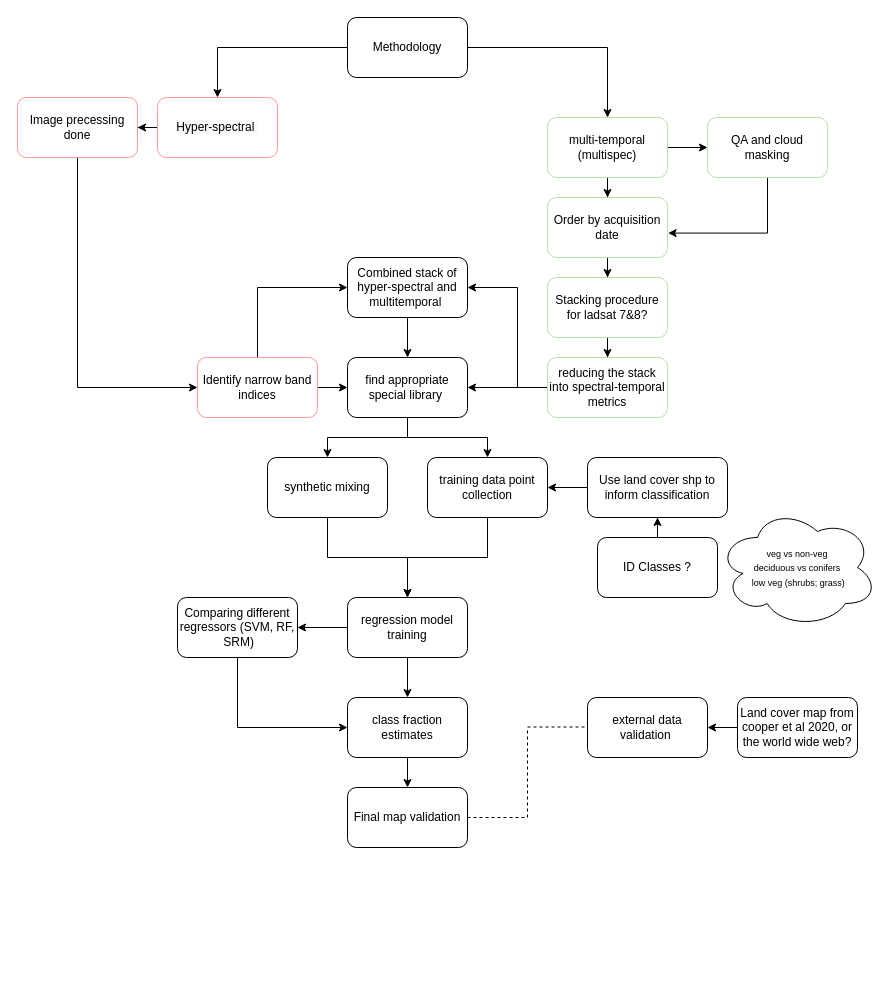
Before: Workflow.drawio in schneidereits/EO_hyperspec_hub, a draw.io diagram. Source tidied: cells renumbered, new cells numbered last; positions are measured from the earlier drawing's top-left corner, leaving out a move shared by most shapes. Both pictures are drawn from the tidied source at 100%, with x=0, y=0 at pixel (17, 17).
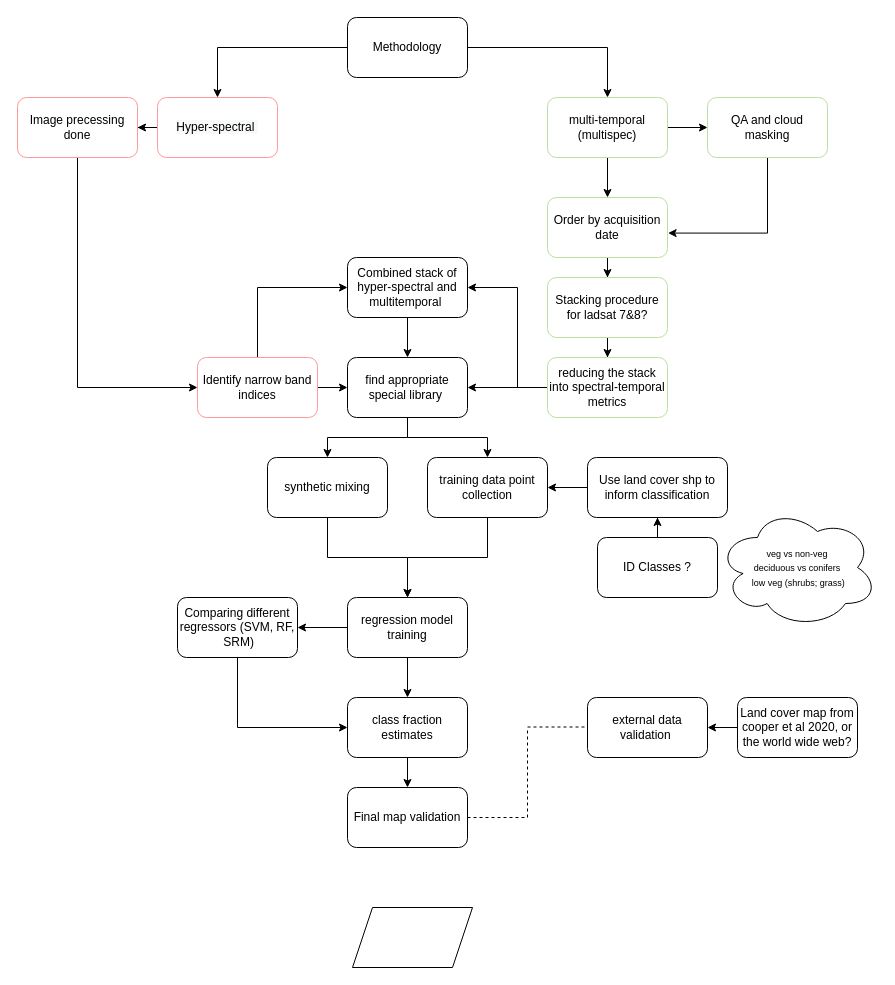
The same page after the edit.

Change to the diagram source:
```diff
@@
-    <mxCell id="6" value="&lt;span style=&quot;color: rgb(0, 0, 0); font-family: helvetica; font-size: 12px; font-style: normal; font-weight: normal; letter-spacing: normal; text-align: center; text-indent: 0px; text-transform: none; word-spacing: 0px; background-color: rgb(248, 249, 250); text-decoration: none; display: inline; float: none;&quot;&gt;Hyper-spectral&amp;nbsp;&lt;/span&gt;" style="whiteSpace=wrap;html=1;rounded=1;strokeColor=#FF9999;" parent="1" vertex="1">
+    <mxCell id="6" value="&lt;span style=&quot;color: rgb(0, 0, 0); font-family: helvetica; font-size: 12px; font-style: normal; font-weight: normal; letter-spacing: normal; text-align: center; text-indent: 0px; text-transform: none; word-spacing: 0px; background-color: rgb(248, 249, 250); text-decoration: none; display: inline; float: none;&quot;&gt;Hyper-spectral&amp;nbsp;&lt;/span&gt;" style="whiteSpace=wrap;html=1;rounded=1;strokeColor=#FF9999;&#10;shape=parallelogram;perimeter=parallelogramPerimeter;" parent="1" vertex="1">
       <mxGeometry x="140" y="80" width="120" height="60" as="geometry" />
     </mxCell>
@@
     <mxCell id="9" value="multi-temporal&lt;br&gt;(multispec)" style="rounded=1;whiteSpace=wrap;html=1;strokeColor=#B9E0A5;" parent="1" vertex="1">
-      <mxGeometry x="530" y="100" width="120" height="60" as="geometry" />
+      <mxGeometry x="530" y="80" width="120" height="60" as="geometry" />
     </mxCell>
@@
     <mxCell id="15" value="QA and cloud masking" style="rounded=1;whiteSpace=wrap;html=1;strokeColor=#B9E0A5;" parent="1" vertex="1">
-      <mxGeometry x="690" y="100" width="120" height="60" as="geometry" />
+      <mxGeometry x="690" y="80" width="120" height="60" as="geometry" />
     </mxCell>
@@
+    <mxCell id="52" style="shape=parallelogram;perimeter=parallelogramPerimeter;whiteSpace=wrap;html=1;fixedSize=1;" parent="1" vertex="1">
+      <mxGeometry x="335" y="890" width="120" height="60" as="geometry" />
+    </mxCell>
```
